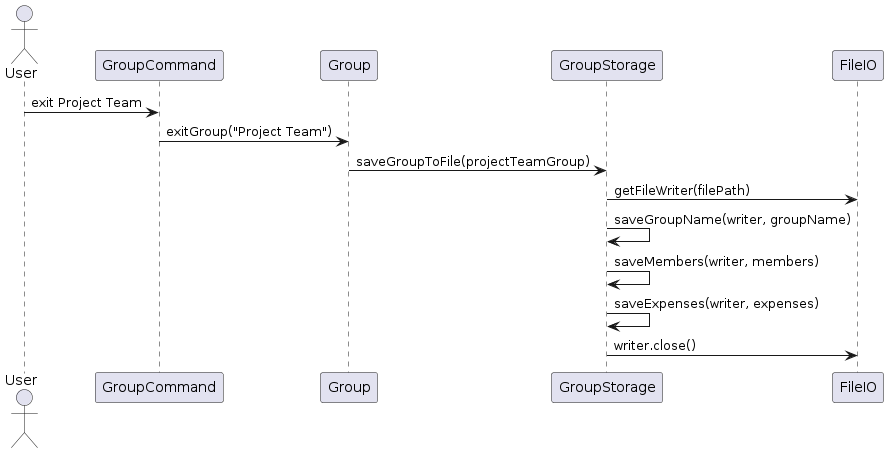
Earlier version of the PlantUML export docs/images/groupStorage1.png (mukund1403/tp).
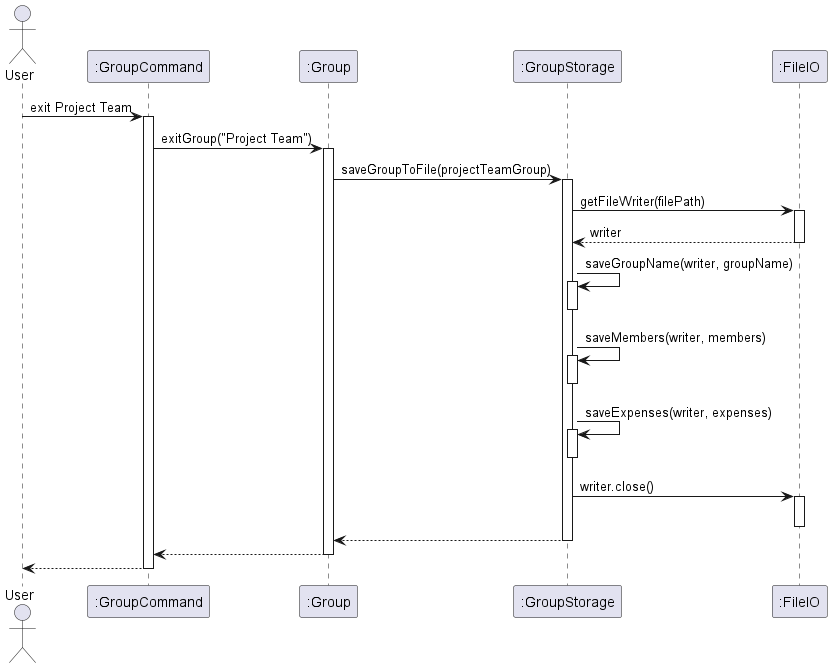
After the change.

The edit, as a diff of the source:
```diff
@@ -1,16 +1,46 @@
 @startuml
 actor User
-participant GroupCommand
-participant Group
-participant GroupStorage
-participant FileIO
+participant ":GroupCommand" as GroupCommand
+participant ":Group" as Group
+participant ":GroupStorage" as GroupStorage
+participant ":FileIO" as FileIO
 
 User -> GroupCommand: exit Project Team
+activate GroupCommand
+
 GroupCommand -> Group: exitGroup("Project Team")
+activate Group
+
 Group -> GroupStorage: saveGroupToFile(projectTeamGroup)
+activate GroupStorage
+
 GroupStorage -> FileIO: getFileWriter(filePath)
+activate FileIO
+FileIO --> GroupStorage: writer
+deactivate FileIO
+
 GroupStorage -> GroupStorage: saveGroupName(writer, groupName)
+activate GroupStorage
+deactivate GroupStorage
+
 GroupStorage -> GroupStorage: saveMembers(writer, members)
+activate GroupStorage
+deactivate GroupStorage
+
 GroupStorage -> GroupStorage: saveExpenses(writer, expenses)
+activate GroupStorage
+deactivate GroupStorage
+
 GroupStorage -> FileIO: writer.close()
+activate FileIO
+deactivate FileIO
+
+GroupStorage --> Group
+deactivate GroupStorage
+
+Group --> GroupCommand
+deactivate Group
+
+GroupCommand --> User
+deactivate GroupCommand
 @enduml
```
